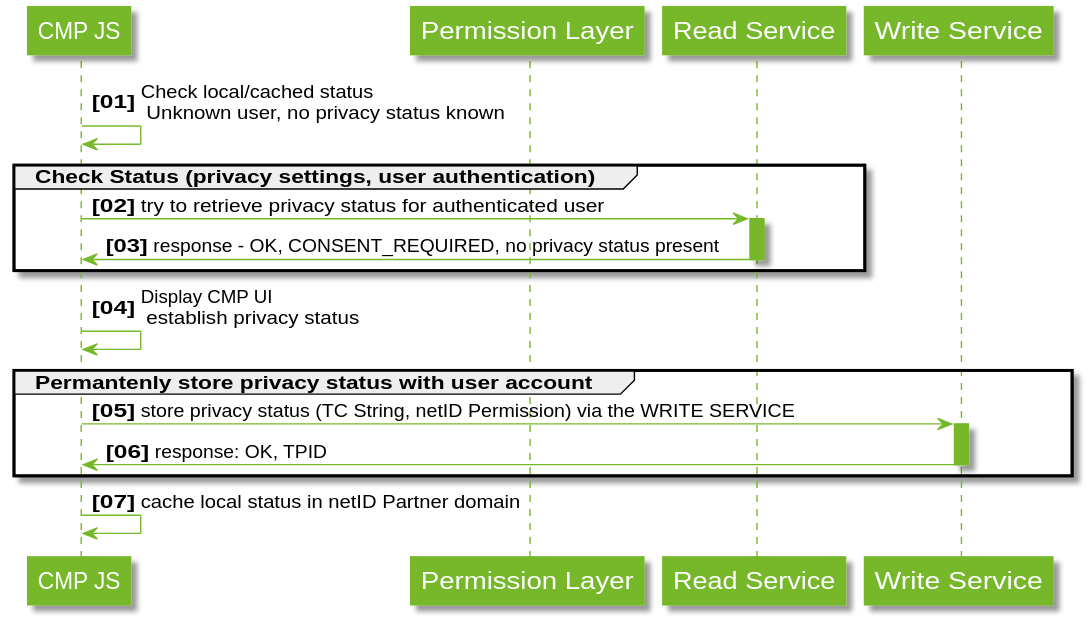
Above: docs/diagrams/out/seq_cmp_webapi.svg in eunid/netID-docs (PlantUML), before the change.
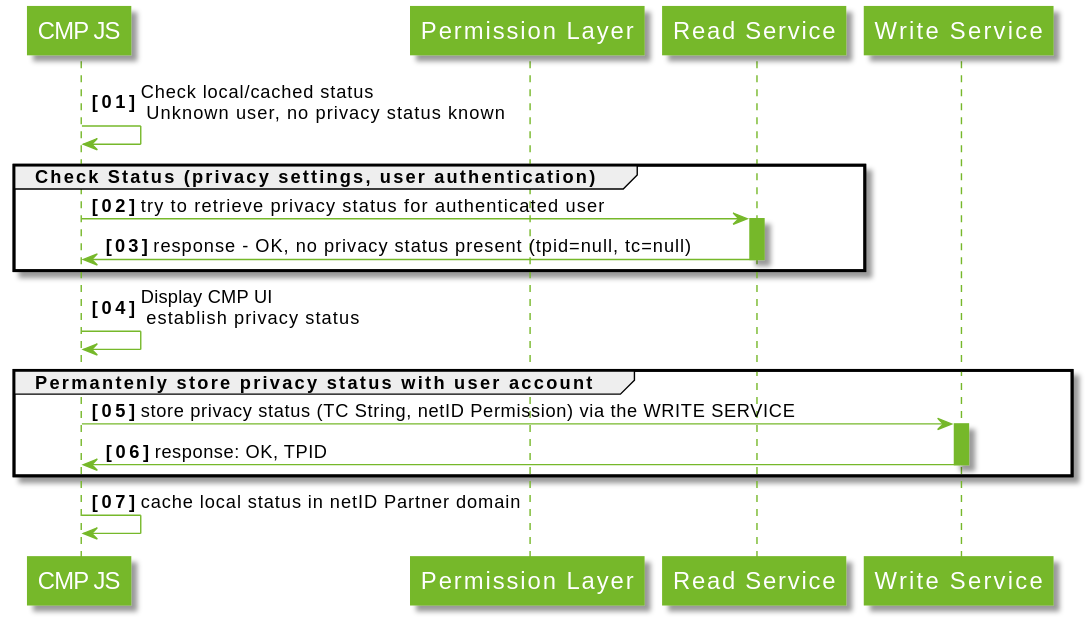
The same diagram one commit later.

Change to the diagram source:
```diff
@@ -28,7 +28,7 @@
  group Check Status (privacy settings, user authentication)
     cmp -> rs : try to retrieve privacy status for authenticated user
     activate rs
-    rs -> cmp : response - OK, CONSENT_REQUIRED, no privacy status present
+    rs -> cmp : response - OK, no privacy status present (tpid=null, tc=null)
     deactivate rs
     end
 cmp -> cmp : Display CMP UI \n establish privacy status
```
